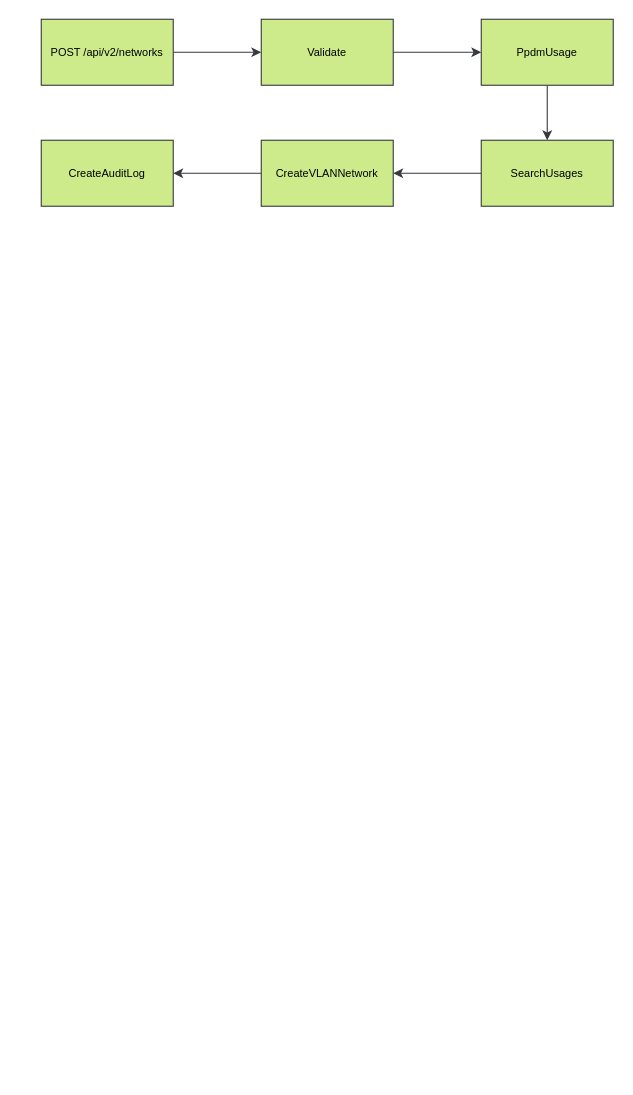
Before: page "第 2 页" (2 of 2) of st/network.drawio in gaivin/drawio, a draw.io diagram. Source tidied: cells renumbered, new cells numbered last; positions are measured from the earlier drawing's top-left corner, leaving out a move shared by most shapes. Both pictures are drawn from the tidied source at 110%, with x=0, y=0 at pixel (41, 19).
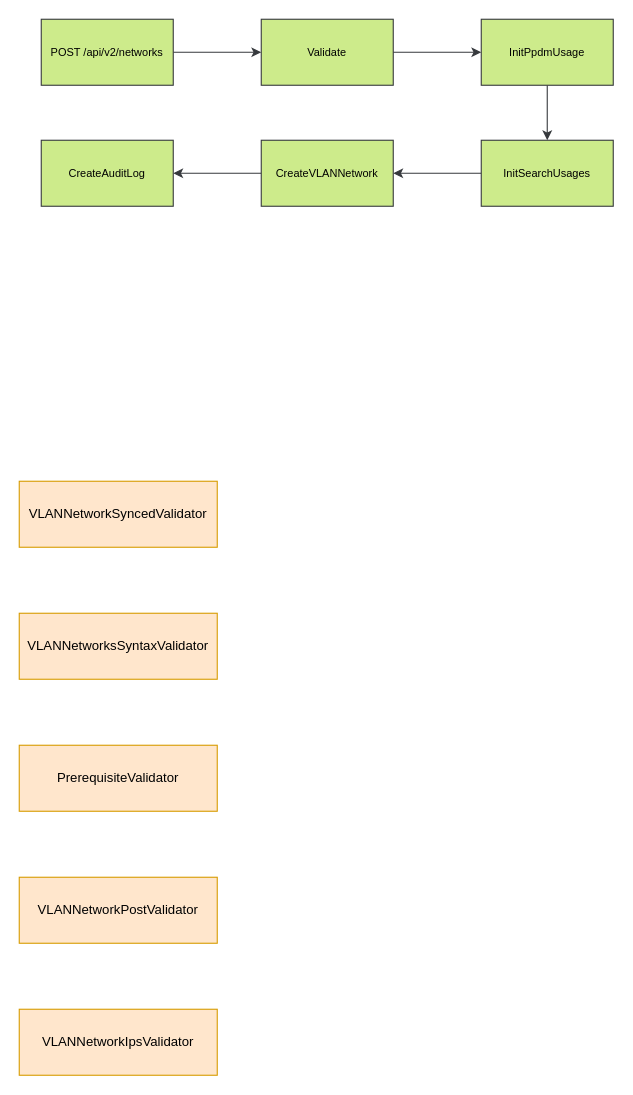
After the change.

Change to the diagram source:
```diff
@@
 <mxGraphModel>
   <root>
     <mxCell id="0" />
     <mxCell id="1" parent="0" />
     <mxCell id="2" style="edgeStyle=orthogonalEdgeStyle;rounded=0;jettySize=auto;html=1;fontSize=10;fillColor=#cdeb8b;strokeColor=#36393d;" parent="1" edge="1" source="3" target="4">
       <mxGeometry relative="1" as="geometry" />
     </mxCell>
     <mxCell id="3" value="POST /api/v2/networks" style="rounded=0;whiteSpace=wrap;html=1;fontSize=10;fillColor=#cdeb8b;strokeColor=#36393d;" parent="1" vertex="1">
       <mxGeometry width="120" height="60" as="geometry" />
     </mxCell>
     <mxCell id="4" value="Validate" style="rounded=0;whiteSpace=wrap;html=1;fontSize=10;fillColor=#cdeb8b;strokeColor=#36393d;" parent="1" vertex="1">
       <mxGeometry x="200" width="120" height="60" as="geometry" />
     </mxCell>
     <mxCell id="5" style="edgeStyle=orthogonalEdgeStyle;rounded=0;jettySize=auto;html=1;fontSize=10;exitX=1;exitY=0.5;exitDx=0;exitDy=0;fillColor=#cdeb8b;strokeColor=#36393d;" parent="1" edge="1" source="4" target="7">
       <mxGeometry relative="1" as="geometry" />
     </mxCell>
     <mxCell id="6" style="edgeStyle=orthogonalEdgeStyle;rounded=0;jettySize=auto;html=1;fontSize=10;fillColor=#cdeb8b;strokeColor=#36393d;" parent="1" edge="1" source="7" target="9">
       <mxGeometry relative="1" as="geometry" />
     </mxCell>
-    <mxCell id="7" value="PpdmUsage" style="rounded=0;whiteSpace=wrap;html=1;fontSize=10;fillColor=#cdeb8b;strokeColor=#36393d;" parent="1" vertex="1">
+    <mxCell id="7" value="InitPpdmUsage" style="rounded=0;whiteSpace=wrap;html=1;fontSize=10;fillColor=#cdeb8b;strokeColor=#36393d;" parent="1" vertex="1">
       <mxGeometry x="400" width="120" height="60" as="geometry" />
     </mxCell>
     <mxCell id="8" style="edgeStyle=orthogonalEdgeStyle;rounded=0;jettySize=auto;html=1;fontSize=10;fillColor=#cdeb8b;strokeColor=#36393d;" parent="1" edge="1" source="9" target="11">
       <mxGeometry relative="1" as="geometry" />
     </mxCell>
-    <mxCell id="9" value="SearchUsages" style="rounded=0;whiteSpace=wrap;html=1;fontSize=10;fillColor=#cdeb8b;strokeColor=#36393d;" parent="1" vertex="1">
+    <mxCell id="9" value="InitSearchUsages" style="rounded=0;whiteSpace=wrap;html=1;fontSize=10;fillColor=#cdeb8b;strokeColor=#36393d;" parent="1" vertex="1">
       <mxGeometry x="400" y="110" width="120" height="60" as="geometry" />
     </mxCell>
     <mxCell id="10" style="edgeStyle=orthogonalEdgeStyle;rounded=0;jettySize=auto;html=1;fontSize=10;fillColor=#cdeb8b;strokeColor=#36393d;" parent="1" edge="1" source="11">
       <mxGeometry relative="1" as="geometry">
         <mxPoint x="120" y="140" as="targetPoint" />
       </mxGeometry>
     </mxCell>
     <mxCell id="11" value="CreateVLANNetwork" style="rounded=0;whiteSpace=wrap;html=1;fontSize=10;fillColor=#cdeb8b;strokeColor=#36393d;" parent="1" vertex="1">
       <mxGeometry x="200" y="110" width="120" height="60" as="geometry" />
     </mxCell>
     <mxCell id="12" value="CreateAuditLog" style="rounded=0;whiteSpace=wrap;html=1;fontSize=10;fillColor=#cdeb8b;strokeColor=#36393d;" parent="1" vertex="1">
       <mxGeometry y="110" width="120" height="60" as="geometry" />
     </mxCell>
+    <mxCell id="13" value="VLANNetworkSyncedValidator" style="whiteSpace=wrap;html=1;fillColor=#ffe6cc;strokeColor=#d79b00;" parent="1" vertex="1">
+      <mxGeometry x="-20" y="420" width="180" height="60" as="geometry" />
+    </mxCell>
+    <mxCell id="14" value="VLANNetworksSyntaxValidator" style="whiteSpace=wrap;html=1;fillColor=#ffe6cc;strokeColor=#d79b00;" parent="1" vertex="1">
+      <mxGeometry x="-20" y="540" width="180" height="60" as="geometry" />
+    </mxCell>
+    <mxCell id="15" value="PrerequisiteValidator" style="whiteSpace=wrap;html=1;fillColor=#ffe6cc;strokeColor=#d79b00;" parent="1" vertex="1">
+      <mxGeometry x="-20" y="660" width="180" height="60" as="geometry" />
+    </mxCell>
+    <mxCell id="16" value="VLANNetworkPostValidator" style="whiteSpace=wrap;html=1;fillColor=#ffe6cc;strokeColor=#d79b00;" parent="1" vertex="1">
+      <mxGeometry x="-20" y="780" width="180" height="60" as="geometry" />
+    </mxCell>
+    <mxCell id="17" value="VLANNetworkIpsValidator" style="whiteSpace=wrap;html=1;fillColor=#ffe6cc;strokeColor=#d79b00;" parent="1" vertex="1">
+      <mxGeometry x="-20" y="900" width="180" height="60" as="geometry" />
+    </mxCell>
   </root>
 </mxGraphModel>
```
